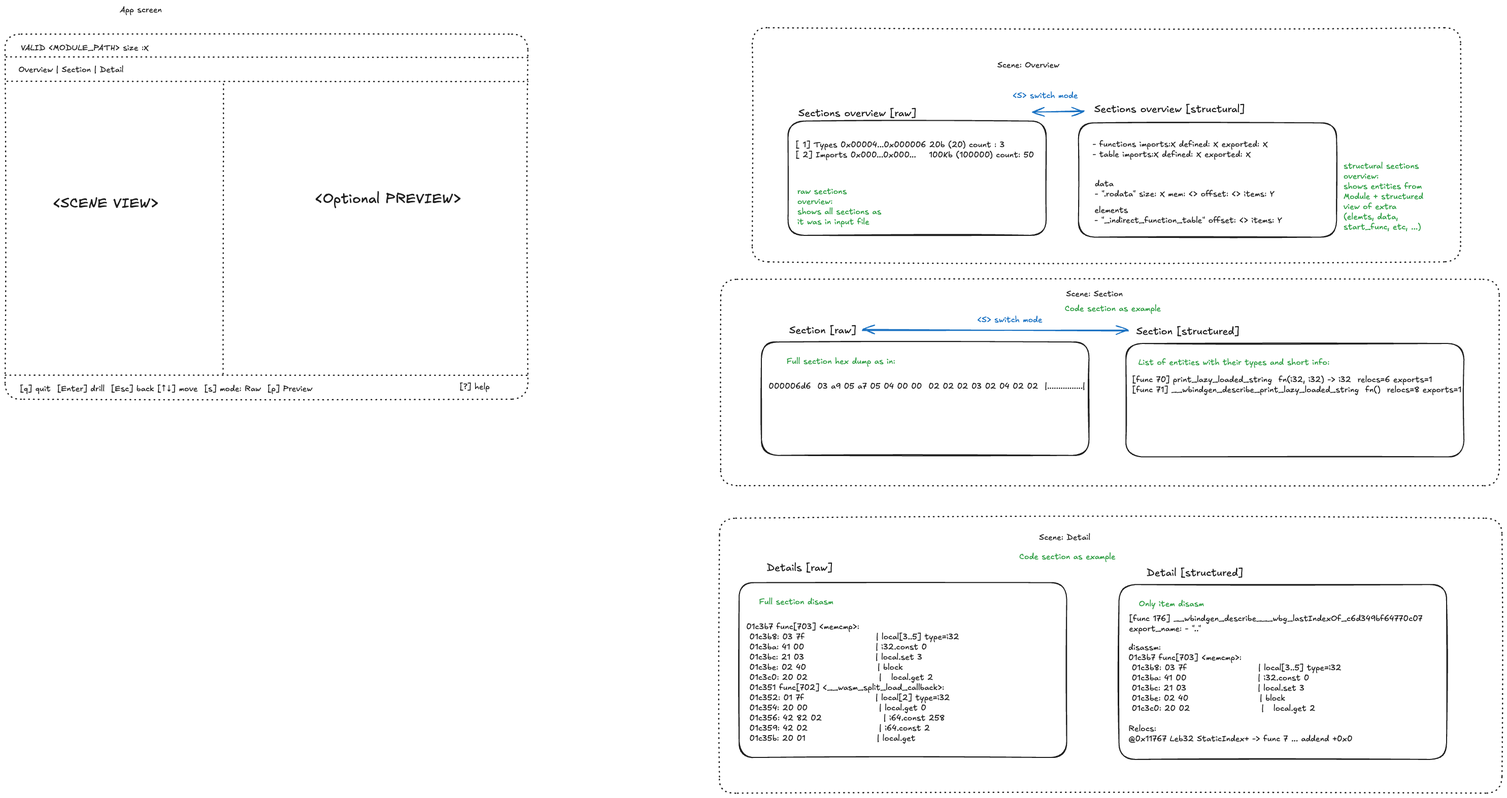
The Excalidraw diagram crates/wamex-inspect/tui-screens.excalidraw.png in vldm/wamex, before a commit. Source tidied: one line per element, renumbered; positions are measured from the earlier drawing's top-left corner, leaving out a move shared by most shapes.
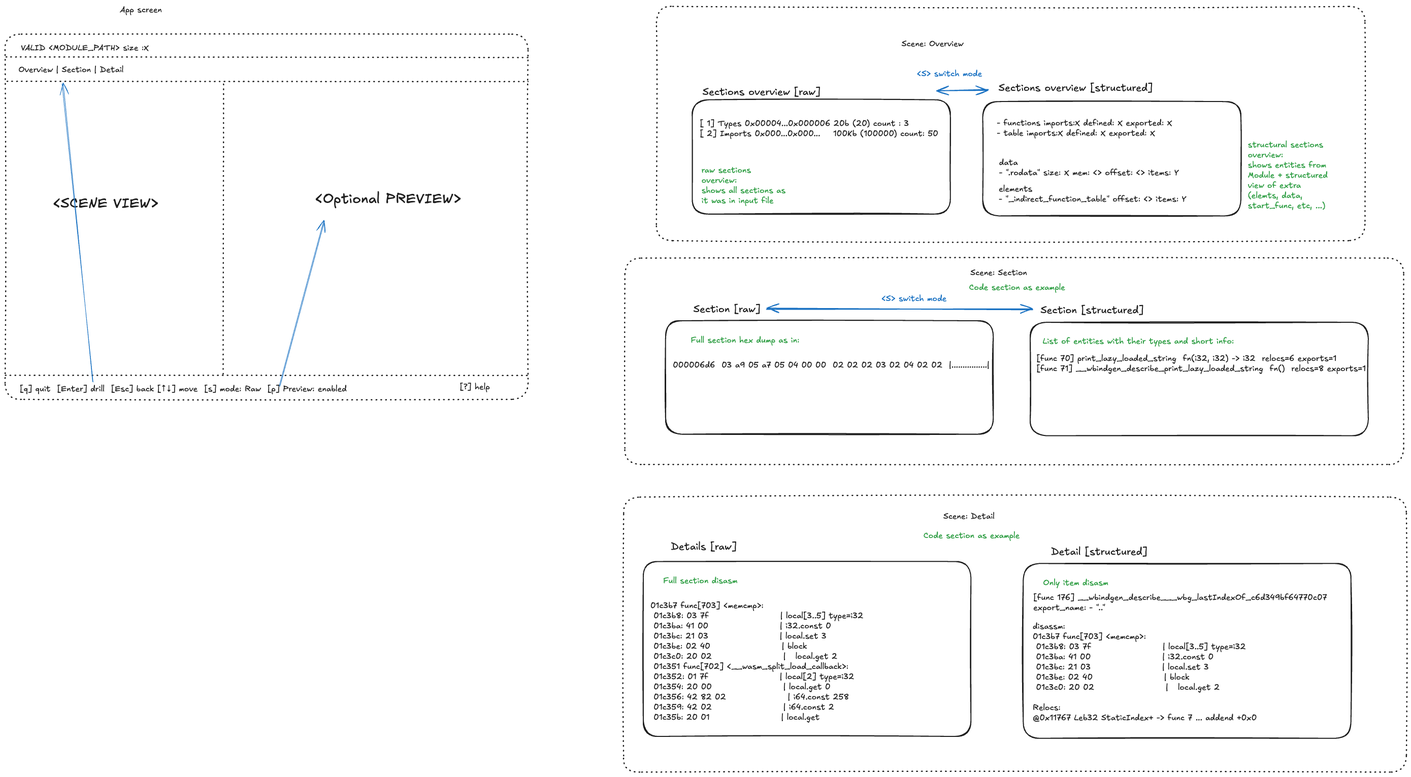
The same diagram one commit later.

Change to the diagram source:
```diff
@@ -3,7 +3,7 @@
 {"id": 2, "type": "text", "text": "[ 1] Types 0x00004...0x000006 20b (20) count : 3\n[ 2] Imports 0x000...0x000...    100Kb (100000) count: 50", "strokeColor": "#1e1e1e", "strokeWidth": 2, "roughness": 1, "fontSize": 16, "fontFamily": 5, "x": 1558, "y": 266, "width": 470, "height": 40}
 {"id": 3, "type": "rectangle", "strokeColor": "#1e1e1e", "strokeWidth": 2, "roughness": 1, "round": true, "x": 2115, "y": 232, "width": 508, "height": 225}
 {"id": 4, "type": "text", "text": "raw sections\noverview:\nshows all sections as\nit was in input file", "strokeColor": "#2f9e44", "strokeWidth": 2, "roughness": 1, "fontSize": 16, "fontFamily": 5, "x": 1561, "y": 358, "width": 168, "height": 80}
-{"id": 5, "type": "text", "text": "Sections overview [structural]", "strokeColor": "#1e1e1e", "strokeWidth": 2, "roughness": 1, "fontSize": 20, "fontFamily": 5, "x": 2146, "y": 194, "width": 296, "height": 25}
+{"id": 5, "type": "text", "text": "Sections overview [structured]", "strokeColor": "#1e1e1e", "strokeWidth": 2, "roughness": 1, "fontSize": 20, "fontFamily": 5, "x": 2146, "y": 194, "width": 303, "height": 25}
 {"id": 6, "type": "arrow", "strokeColor": "#1971c2", "strokeWidth": 2, "roughness": 1, "startArrowhead": "arrow", "endArrowhead": "arrow", "round": true, "from": 0, "to": 3, "x": 2024, "y": 210, "width": 101, "height": 1, "points": [[0, 0], [101, -1]]}
 {"id": 7, "type": "text", "text": "<S> switch mode", "strokeColor": "#1971c2", "strokeWidth": 2, "roughness": 1, "fontSize": 16, "fontFamily": 5, "x": 1985, "y": 168, "width": 128, "height": 20}
 {"id": 8, "type": "text", "text": "- functions imports:X defined: X exported: X\n- table imports:X defined: X exported: X", "strokeColor": "#1e1e1e", "strokeWidth": 2, "roughness": 1, "fontSize": 16, "fontFamily": 5, "x": 2143, "y": 265, "width": 345, "height": 40}
@@ -37,15 +37,17 @@
 {"id": 36, "type": "rectangle", "strokeColor": "#1e1e1e", "strokeWidth": 2, "strokeStyle": "dotted", "roughness": 1, "round": true, "x": 1407, "y": 1012, "width": 1542, "height": 542}
 {"id": 37, "type": "text", "text": "List of entities with their types and short info:", "strokeColor": "#2f9e44", "strokeWidth": 2, "roughness": 1, "fontSize": 16, "fontFamily": 5, "x": 2233, "y": 695, "width": 376, "height": 20}
 {"id": 38, "type": "text", "text": "[func 176] __wbindgen_describe___wbg_lastIndexOf_c6d349bf64770c07\nexport_name: - \"..\"\n", "strokeColor": "#1e1e1e", "strokeWidth": 2, "strokeStyle": "dotted", "roughness": 1, "fontSize": 16, "fontFamily": 5, "x": 2214, "y": 1200, "width": 578, "height": 60}
-{"id": 39, "type": "rectangle", "strokeColor": "#1e1e1e", "strokeWidth": 2, "strokeStyle": "dotted", "roughness": 1, "round": true, "x": 0, "y": 57, "width": 1030, "height": 720}
+{"id": 39, "type": "rectangle", "strokeColor": "#1e1e1e", "strokeWidth": 2, "strokeStyle": "dotted", "roughness": 1, "round": true, "x": 189, "y": 99, "width": 1030, "height": 720}
-{"id": 40, "type": "line", "strokeColor": "#1e1e1e", "strokeWidth": 2, "strokeStyle": "dotted", "roughness": 1, "round": true, "x": 3, "y": 103, "width": 1034, "height": 0, "points": [[0, 0], [1034, 0]]}
+{"id": 40, "type": "line", "strokeColor": "#1e1e1e", "strokeWidth": 2, "strokeStyle": "dotted", "roughness": 1, "round": true, "x": 192, "y": 145, "width": 1034, "height": 0, "points": [[0, 0], [1034, 0]]}
-{"id": 41, "type": "text", "text": "VALID <MODULE_PATH> size :X ", "strokeColor": "#1e1e1e", "strokeWidth": 2, "strokeStyle": "dotted", "roughness": 1, "fontSize": 16, "fontFamily": 5, "x": 31, "y": 74, "width": 258, "height": 20}
+{"id": 41, "type": "text", "text": "VALID <MODULE_PATH> size :X ", "strokeColor": "#1e1e1e", "strokeWidth": 2, "strokeStyle": "dotted", "roughness": 1, "fontSize": 16, "fontFamily": 5, "x": 220, "y": 116, "width": 258, "height": 20}
-{"id": 42, "type": "text", "text": "App screen", "strokeColor": "#1e1e1e", "strokeWidth": 2, "strokeStyle": "dotted", "roughness": 1, "fontSize": 16, "fontFamily": 5, "x": 226, "y": 0, "width": 311, "height": 20}
+{"id": 42, "type": "text", "text": "App screen", "strokeColor": "#1e1e1e", "strokeWidth": 2, "strokeStyle": "dotted", "roughness": 1, "fontSize": 16, "fontFamily": 5, "x": 415, "y": 42, "width": 311, "height": 20}
-{"id": 43, "type": "line", "strokeColor": "#1e1e1e", "strokeWidth": 2, "strokeStyle": "dotted", "roughness": 1, "round": true, "x": 3, "y": 150, "width": 1027, "height": 0, "points": [[0, 0], [1027, 0]]}
+{"id": 43, "type": "line", "strokeColor": "#1e1e1e", "strokeWidth": 2, "strokeStyle": "dotted", "roughness": 1, "round": true, "x": 193, "y": 192, "width": 1027, "height": 0, "points": [[0, 0], [1027, 0]]}
-{"id": 44, "type": "text", "text": "Overview | Section | Detail ", "strokeColor": "#1e1e1e", "strokeWidth": 2, "strokeStyle": "dotted", "roughness": 1, "fontSize": 16, "fontFamily": 5, "x": 26, "y": 117, "width": 213, "height": 20}
+{"id": 44, "type": "text", "text": "Overview | Section | Detail ", "strokeColor": "#1e1e1e", "strokeWidth": 2, "strokeStyle": "dotted", "roughness": 1, "fontSize": 16, "fontFamily": 5, "x": 216, "y": 159, "width": 213, "height": 20}
-{"id": 45, "type": "text", "text": "<SCENE VIEW>", "strokeColor": "#1e1e1e", "strokeWidth": 2, "strokeStyle": "dotted", "roughness": 1, "fontSize": 28, "fontFamily": 5, "x": 94, "y": 375, "width": 208, "height": 35}
+{"id": 45, "type": "text", "text": "<SCENE VIEW>", "strokeColor": "#1e1e1e", "strokeWidth": 2, "strokeStyle": "dotted", "roughness": 1, "fontSize": 28, "fontFamily": 5, "x": 283, "y": 417, "width": 208, "height": 35}
-{"id": 46, "type": "line", "strokeColor": "#1e1e1e", "strokeWidth": 2, "strokeStyle": "dotted", "roughness": 1, "round": true, "x": 431, "y": 155, "width": 0, "height": 572, "points": [[0, 0], [0, 572]]}
+{"id": 46, "type": "line", "strokeColor": "#1e1e1e", "strokeWidth": 2, "strokeStyle": "dotted", "roughness": 1, "round": true, "x": 620, "y": 197, "width": 0, "height": 572, "points": [[0, 0], [0, 572]]}
-{"id": 47, "type": "line", "strokeColor": "#1e1e1e", "strokeWidth": 2, "strokeStyle": "dotted", "roughness": 1, "round": true, "x": 1, "y": 731, "width": 1034, "height": 0, "points": [[0, 0], [1034, 0]]}
+{"id": 47, "type": "line", "strokeColor": "#1e1e1e", "strokeWidth": 2, "strokeStyle": "dotted", "roughness": 1, "round": true, "x": 190, "y": 773, "width": 1034, "height": 0, "points": [[0, 0], [1034, 0]]}
-{"id": 48, "type": "text", "text": "<Optional PREVIEW>", "strokeColor": "#1e1e1e", "strokeWidth": 2, "strokeStyle": "dotted", "roughness": 1, "fontSize": 28, "fontFamily": 5, "x": 611, "y": 365, "width": 288, "height": 35}
+{"id": 48, "type": "text", "text": "<Optional PREVIEW>", "strokeColor": "#1e1e1e", "strokeWidth": 2, "strokeStyle": "dotted", "roughness": 1, "fontSize": 28, "fontFamily": 5, "x": 800, "y": 407, "width": 288, "height": 35}
-{"id": 49, "type": "text", "text": "[q] quit  [Enter] drill  [Esc] back [↑↓] move  [s] mode: Raw  [p] Preview", "strokeColor": "#1e1e1e", "strokeWidth": 2, "strokeStyle": "dotted", "roughness": 1, "fontSize": 16, "fontFamily": 5, "x": 29, "y": 747, "width": 576, "height": 20}
+{"id": 49, "type": "text", "text": "[q] quit  [Enter] drill  [Esc] back [↑↓] move  [s] mode: Raw  [p] Preview: enabled", "strokeColor": "#1e1e1e", "strokeWidth": 2, "strokeStyle": "dotted", "roughness": 1, "fontSize": 16, "fontFamily": 5, "x": 218, "y": 789, "width": 644, "height": 20}
-{"id": 50, "type": "text", "text": "[?] help", "strokeColor": "#1e1e1e", "strokeWidth": 2, "strokeStyle": "dotted", "roughness": 1, "fontSize": 16, "fontFamily": 5, "x": 896, "y": 743, "width": 59, "height": 20}
+{"id": 50, "type": "text", "text": "[?] help", "strokeColor": "#1e1e1e", "strokeWidth": 2, "strokeStyle": "dotted", "roughness": 1, "fontSize": 16, "fontFamily": 5, "x": 1085, "y": 785, "width": 59, "height": 20}
+{"id": 51, "type": "arrow", "strokeColor": "#1971c2", "strokeWidth": 1, "roughness": 1, "endArrowhead": "arrow", "round": true, "from": 49, "x": 731, "y": 792, "width": 88, "height": 325, "points": [[0, 0], [88, -325]]}
+{"id": 52, "type": "arrow", "strokeColor": "#1971c2", "strokeWidth": 1, "roughness": 1, "endArrowhead": "arrow", "round": true, "from": 49, "to": 44, "x": 362, "y": 785, "width": 59, "height": 589, "points": [[0, 0], [-59, -589]]}
```
